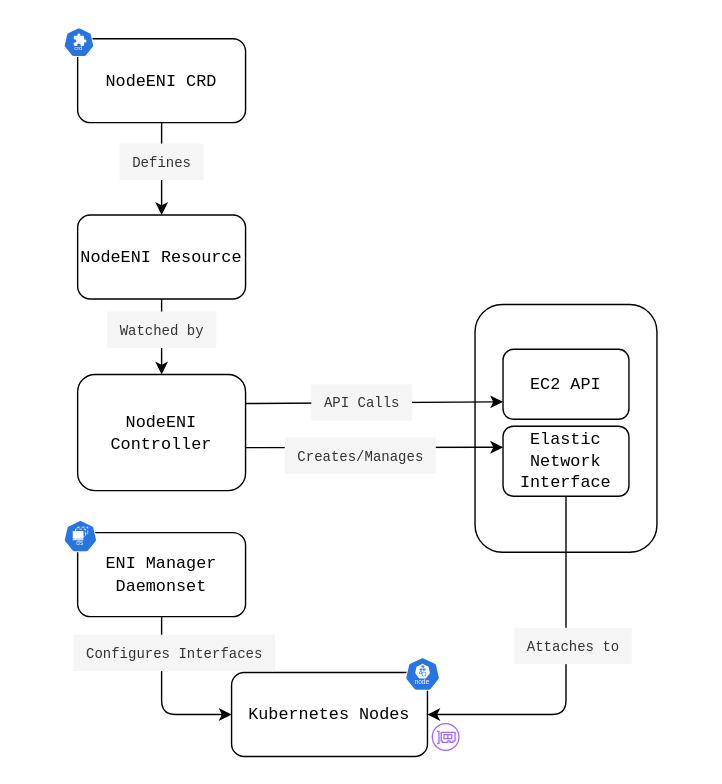
Earlier version of the draw.io export docs/diagrams/controller-flow.drawio.svg (johnlam90/aws-multi-eni-controller). Source tidied: cells renumbered, new cells last; positions are measured from the earlier drawing's top-left corner, leaving out a move shared by most shapes.
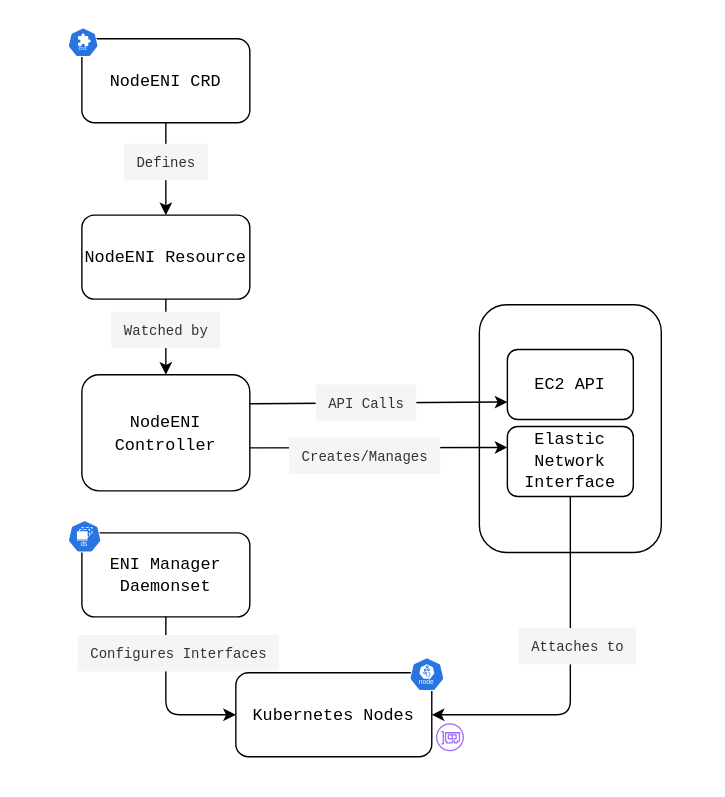
Later version of the same file.

Diff of the diagram source:
```diff
@@ -2,6 +2,9 @@
   <root>
     <mxCell id="0" />
     <mxCell id="1" parent="0" />
+    <mxCell id="27" style="rounded=0;whiteSpace=wrap;html=1;fillStyle=solid;strokeColor=none;" parent="1" vertex="1">
+      <mxGeometry x="-3" y="-0.5" width="517" height="568.5" as="geometry" />
+    </mxCell>
     <mxCell id="2" value="&lt;font face=&quot;Courier New&quot;&gt;NodeENI CRD&lt;/font&gt;" style="rounded=1;whiteSpace=wrap;html=1;fillColor=default;" parent="1" vertex="1">
       <mxGeometry x="55" y="27" width="120" height="60" as="geometry" />
     </mxCell>
@@ -85,8 +88,5 @@
     <mxCell id="25" style="sketch=0;fontColor=#232F3E;gradientColor=none;fillColor=#A166FF;strokeColor=none;dashed=0;verticalLabelPosition=bottom;verticalAlign=top;align=center;html=1;fontSize=12;fontStyle=0;shape=mxgraph.aws4.elastic_network_interface;" parent="1" vertex="1">
       <mxGeometry x="308" y="516" width="20" height="20" as="geometry" />
     </mxCell>
-    <mxCell id="26" style="swimlane;startSize=0;fillStyle=solid;strokeColor=none;" parent="1" vertex="1">
-      <mxGeometry width="516" height="559" as="geometry" />
-    </mxCell>
   </root>
 </mxGraphModel>
```
